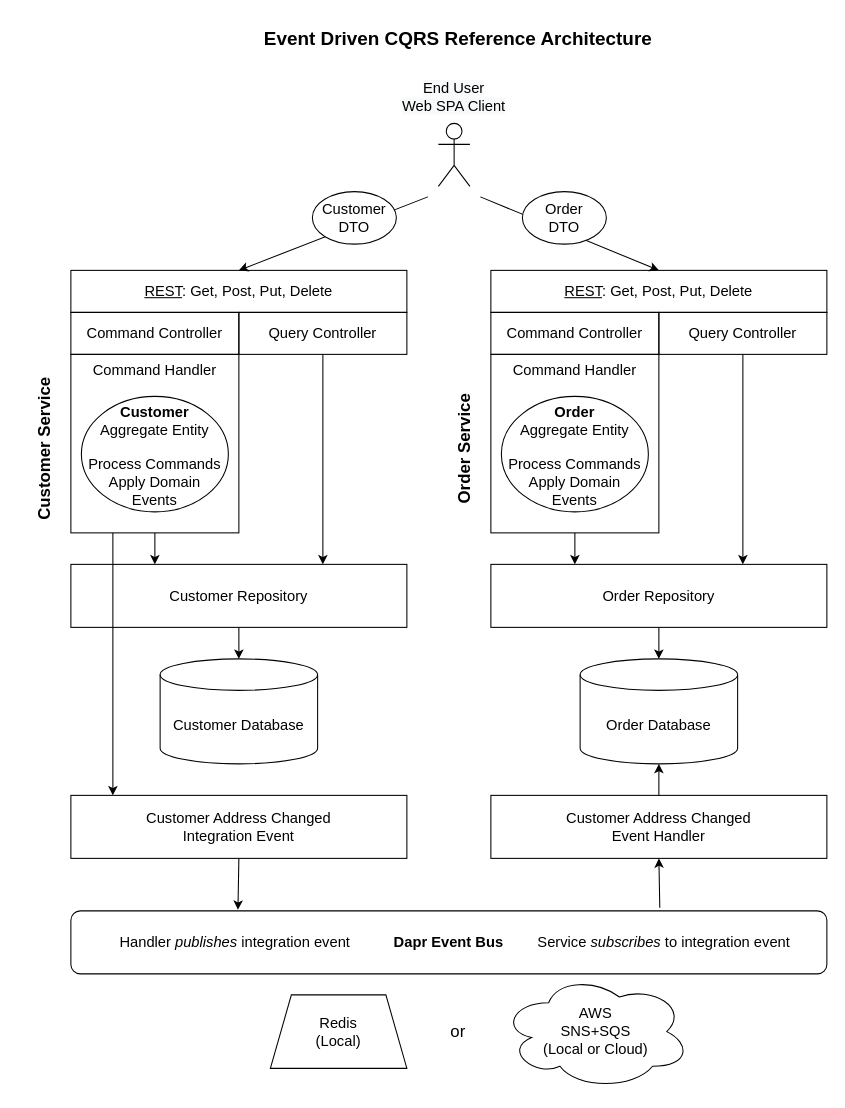
The draw.io diagram images/event-driven-cqrs-ref-arch.drawio in event-driven-dotnet/EventDriven.ReferenceArchitecture, before the edit. Source tidied: cells renumbered, new cells numbered last; positions are measured from the earlier drawing's top-left corner, leaving out a move shared by most shapes. Both pictures are drawn from the tidied source at 105%, with x=0, y=0 at pixel (18, 18).
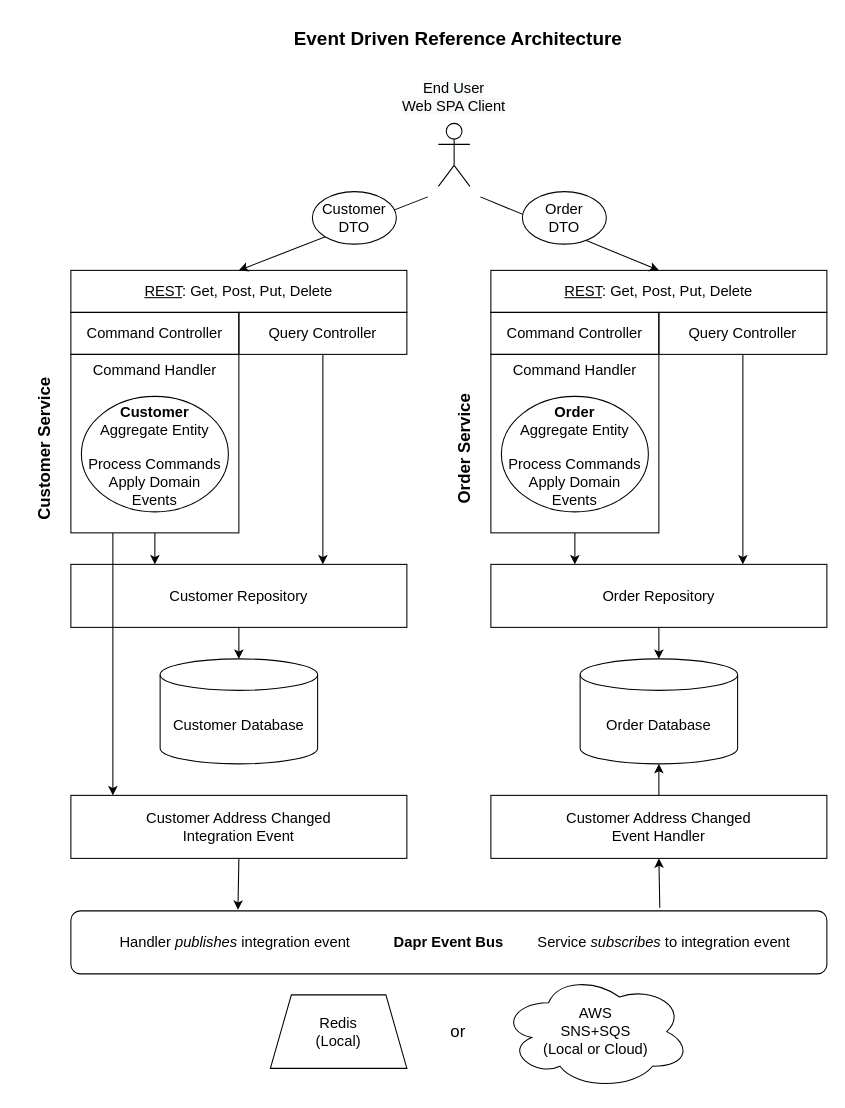
The same diagram, later.

Change to the diagram source:
```diff
@@
-    <mxCell id="4" value="Event Driven CQRS Reference Architecture" style="text;html=1;strokeColor=none;fillColor=none;align=center;verticalAlign=middle;whiteSpace=wrap;rounded=0;fontSize=18;fontStyle=1;" parent="1" vertex="1">
+    <mxCell id="4" value="Event Driven Reference Architecture" style="text;html=1;strokeColor=none;fillColor=none;align=center;verticalAlign=middle;whiteSpace=wrap;rounded=0;fontSize=18;fontStyle=1;" parent="1" vertex="1">
       <mxGeometry x="214" width="410" height="40" as="geometry" />
     </mxCell>
```
